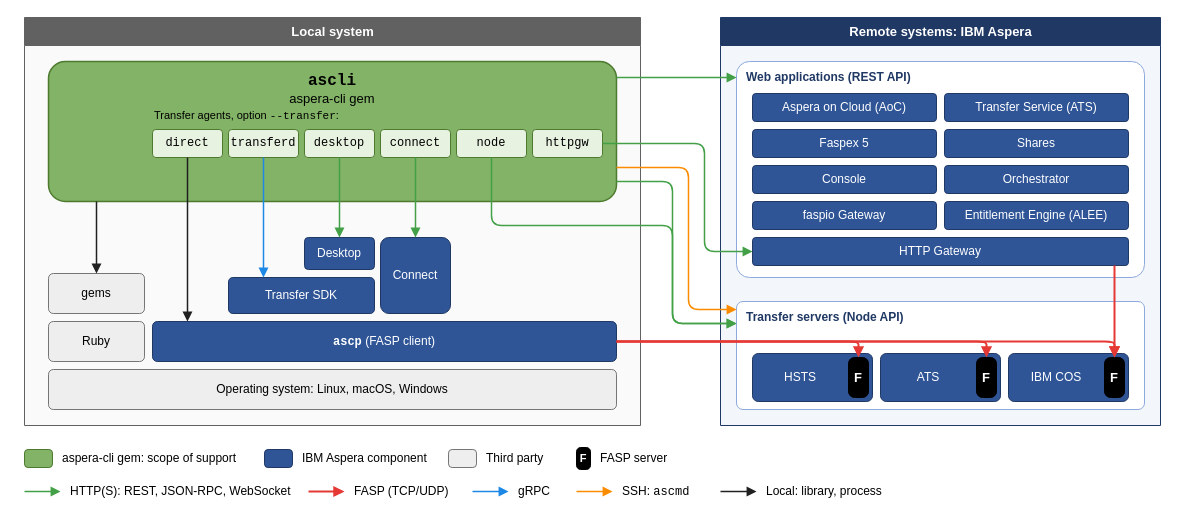
Earlier version of the draw.io diagram docs/architecture.drawio (IBM/aspera-cli). Source tidied: cells renumbered, new cells numbered last; positions are measured from the earlier drawing's top-left corner, leaving out a move shared by most shapes. Both pictures are drawn from the tidied source at 100%, with x=0, y=0 at pixel (24, 17).
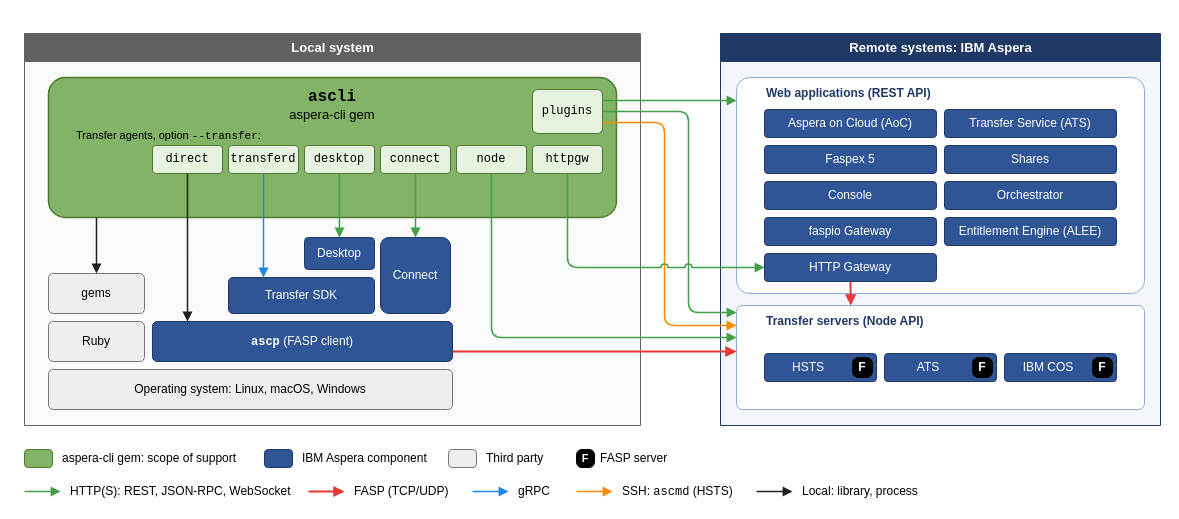
The same diagram, later.

Unchanged cells that the change refers to:
```xml
<mxCell id="3" value="&lt;font face=&quot;Courier New&quot; style=&quot;font-size: 16px;&quot;&gt;&lt;b&gt;ascli&lt;/b&gt;&lt;/font&gt;&lt;br&gt;aspera-cli gem" style="rounded=1;arcSize=12;whiteSpace=wrap;html=1;verticalAlign=top;spacingTop=4;fontSize=13;fillColor=#82B366;strokeColor=#4D7A2E;fontColor=#000000;strokeWidth=1.5;" parent="2" vertex="1">
  <mxGeometry x="24" y="44" width="568" height="140" as="geometry" />
</mxCell>
<mxCell id="5" value="direct" style="rounded=1;arcSize=12;whiteSpace=wrap;html=1;fontFamily=Courier New;fontSize=12;fillColor=#E8F2E1;strokeColor=#4D7A2E;fontColor=#000000;" parent="3" vertex="1">
  <mxGeometry x="104" y="68" width="70" height="28" as="geometry" />
</mxCell>
<mxCell id="9" value="node" style="rounded=1;arcSize=12;whiteSpace=wrap;html=1;fontFamily=Courier New;fontSize=12;fillColor=#E8F2E1;strokeColor=#4D7A2E;fontColor=#000000;" parent="3" vertex="1">
  <mxGeometry x="408" y="68" width="70" height="28" as="geometry" />
</mxCell>
<mxCell id="10" value="httpgw" style="rounded=1;arcSize=12;whiteSpace=wrap;html=1;fontFamily=Courier New;fontSize=12;fillColor=#E8F2E1;strokeColor=#4D7A2E;fontColor=#000000;" parent="3" vertex="1">
  <mxGeometry x="484" y="68" width="70" height="28" as="geometry" />
</mxCell>
```

The edit, as a diff of the source:
```diff
@@
     <mxCell id="2" value="Local system" style="swimlane;startSize=28;html=1;fontSize=13;fontStyle=1;fillColor=#616161;fontColor=#FFFFFF;strokeColor=#616161;swimlaneFillColor=#FAFAFA;" parent="1" vertex="1">
-      <mxGeometry width="616" height="408" as="geometry" />
+      <mxGeometry y="16" width="616" height="392" as="geometry" />
     </mxCell>
@@
     <mxCell id="4" value="Transfer agents, option &lt;font face=&quot;Courier New&quot;&gt;--transfer&lt;/font&gt;:" style="text;html=1;align=left;verticalAlign=middle;fontSize=11;fontColor=#000000;" parent="3" vertex="1">
-      <mxGeometry x="104" y="46" width="300" height="18" as="geometry" />
+      <mxGeometry x="26" y="50" width="194" height="18" as="geometry" />
     </mxCell>
@@
+    <mxCell id="68" value="plugins" style="rounded=1;arcSize=12;whiteSpace=wrap;html=1;fontFamily=Courier New;fontSize=12;fillColor=#E8F2E1;strokeColor=#4D7A2E;fontColor=#000000;" parent="3" vertex="1">
+      <mxGeometry x="484" y="12" width="70" height="44" as="geometry" />
+    </mxCell>
     <mxCell id="11" value="gems" style="rounded=1;arcSize=12;whiteSpace=wrap;html=1;fontSize=12;fillColor=#EEEEEE;strokeColor=#757575;fontColor=#000000;" parent="2" vertex="1">
-      <mxGeometry x="24" y="256" width="96" height="40" as="geometry" />
+      <mxGeometry x="24" y="240" width="96" height="40" as="geometry" />
     </mxCell>
     <mxCell id="12" value="Ruby" style="rounded=1;arcSize=12;whiteSpace=wrap;html=1;fontSize=12;fillColor=#EEEEEE;strokeColor=#757575;fontColor=#000000;" parent="2" vertex="1">
-      <mxGeometry x="24" y="304" width="96" height="40" as="geometry" />
+      <mxGeometry x="24" y="288" width="96" height="40" as="geometry" />
     </mxCell>
     <mxCell id="13" value="Transfer SDK" style="rounded=1;arcSize=12;whiteSpace=wrap;html=1;fontSize=12;fillColor=#2F5597;strokeColor=#1F3864;fontColor=#FFFFFF;" parent="2" vertex="1">
-      <mxGeometry x="204" y="260" width="146" height="36" as="geometry" />
+      <mxGeometry x="204" y="244" width="146" height="36" as="geometry" />
     </mxCell>
     <mxCell id="14" value="Desktop" style="rounded=1;arcSize=12;whiteSpace=wrap;html=1;fontSize=12;fillColor=#2F5597;strokeColor=#1F3864;fontColor=#FFFFFF;" parent="2" vertex="1">
-      <mxGeometry x="280" y="220" width="70" height="32" as="geometry" />
+      <mxGeometry x="280" y="204" width="70" height="32" as="geometry" />
     </mxCell>
     <mxCell id="15" value="Connect" style="rounded=1;arcSize=12;whiteSpace=wrap;html=1;fontSize=12;fillColor=#2F5597;strokeColor=#1F3864;fontColor=#FFFFFF;" parent="2" vertex="1">
-      <mxGeometry x="356" y="220" width="70" height="76" as="geometry" />
+      <mxGeometry x="356" y="204" width="70" height="76" as="geometry" />
     </mxCell>
     <mxCell id="16" value="&lt;font face=&quot;Courier New&quot;&gt;&lt;b&gt;ascp&lt;/b&gt;&lt;/font&gt; (FASP client)" style="rounded=1;arcSize=12;whiteSpace=wrap;html=1;fontSize=12;fillColor=#2F5597;strokeColor=#1F3864;fontColor=#FFFFFF;" parent="2" vertex="1">
-      <mxGeometry x="128" y="304" width="464" height="40" as="geometry" />
+      <mxGeometry x="128" y="288" width="300" height="40" as="geometry" />
     </mxCell>
     <mxCell id="17" value="Operating system: Linux, macOS, Windows" style="rounded=1;arcSize=12;whiteSpace=wrap;html=1;fontSize=12;fillColor=#EEEEEE;strokeColor=#757575;fontColor=#000000;" parent="2" vertex="1">
-      <mxGeometry x="24" y="352" width="568" height="40" as="geometry" />
+      <mxGeometry x="24" y="336" width="404" height="40" as="geometry" />
     </mxCell>
     <mxCell id="18" value="Remote systems: IBM Aspera" style="swimlane;startSize=28;html=1;fontSize=13;fontStyle=1;fillColor=#1F3864;fontColor=#FFFFFF;strokeColor=#1F3864;swimlaneFillColor=#F3F6FB;" parent="1" vertex="1">
-      <mxGeometry x="696" width="440" height="408" as="geometry" />
+      <mxGeometry x="696" y="16" width="440" height="392" as="geometry" />
     </mxCell>
-    <mxCell id="19" value="Web applications (REST API)" style="rounded=1;arcSize=6;whiteSpace=wrap;html=1;verticalAlign=top;align=left;spacingLeft=8;spacingTop=2;fontSize=12;fontStyle=1;fillColor=#FFFFFF;strokeColor=#8EA9DB;fontColor=#1F3864;" parent="18" vertex="1">
+    <mxCell id="19" value="Web applications (REST API)" style="rounded=1;arcSize=6;whiteSpace=wrap;html=1;verticalAlign=top;align=left;spacingLeft=28;spacingTop=2;fontSize=12;fontStyle=1;fillColor=#FFFFFF;strokeColor=#8EA9DB;fontColor=#1F3864;" parent="18" vertex="1">
       <mxGeometry x="16" y="44" width="408" height="216" as="geometry" />
     </mxCell>
     <mxCell id="20" value="Aspera on Cloud (AoC)" style="rounded=1;arcSize=12;whiteSpace=wrap;html=1;fontSize=12;fillColor=#2F5597;strokeColor=#1F3864;fontColor=#FFFFFF;" parent="19" vertex="1">
-      <mxGeometry x="16" y="32" width="184" height="28" as="geometry" />
+      <mxGeometry x="28" y="32" width="172" height="28" as="geometry" />
     </mxCell>
     <mxCell id="21" value="Transfer Service (ATS)" style="rounded=1;arcSize=12;whiteSpace=wrap;html=1;fontSize=12;fillColor=#2F5597;strokeColor=#1F3864;fontColor=#FFFFFF;" parent="19" vertex="1">
-      <mxGeometry x="208" y="32" width="184" height="28" as="geometry" />
+      <mxGeometry x="208" y="32" width="172" height="28" as="geometry" />
     </mxCell>
     <mxCell id="22" value="Faspex 5" style="rounded=1;arcSize=12;whiteSpace=wrap;html=1;fontSize=12;fillColor=#2F5597;strokeColor=#1F3864;fontColor=#FFFFFF;" parent="19" vertex="1">
-      <mxGeometry x="16" y="68" width="184" height="28" as="geometry" />
+      <mxGeometry x="28" y="68" width="172" height="28" as="geometry" />
     </mxCell>
     <mxCell id="23" value="Shares" style="rounded=1;arcSize=12;whiteSpace=wrap;html=1;fontSize=12;fillColor=#2F5597;strokeColor=#1F3864;fontColor=#FFFFFF;" parent="19" vertex="1">
-      <mxGeometry x="208" y="68" width="184" height="28" as="geometry" />
+      <mxGeometry x="208" y="68" width="172" height="28" as="geometry" />
     </mxCell>
     <mxCell id="24" value="Console" style="rounded=1;arcSize=12;whiteSpace=wrap;html=1;fontSize=12;fillColor=#2F5597;strokeColor=#1F3864;fontColor=#FFFFFF;" parent="19" vertex="1">
-      <mxGeometry x="16" y="104" width="184" height="28" as="geometry" />
+      <mxGeometry x="28" y="104" width="172" height="28" as="geometry" />
     </mxCell>
     <mxCell id="25" value="Orchestrator" style="rounded=1;arcSize=12;whiteSpace=wrap;html=1;fontSize=12;fillColor=#2F5597;strokeColor=#1F3864;fontColor=#FFFFFF;" parent="19" vertex="1">
-      <mxGeometry x="208" y="104" width="184" height="28" as="geometry" />
+      <mxGeometry x="208" y="104" width="172" height="28" as="geometry" />
     </mxCell>
     <mxCell id="26" value="faspio Gateway" style="rounded=1;arcSize=12;whiteSpace=wrap;html=1;fontSize=12;fillColor=#2F5597;strokeColor=#1F3864;fontColor=#FFFFFF;" parent="19" vertex="1">
-      <mxGeometry x="16" y="140" width="184" height="28" as="geometry" />
+      <mxGeometry x="28" y="140" width="172" height="28" as="geometry" />
     </mxCell>
     <mxCell id="27" value="Entitlement Engine (ALEE)" style="rounded=1;arcSize=12;whiteSpace=wrap;html=1;fontSize=12;fillColor=#2F5597;strokeColor=#1F3864;fontColor=#FFFFFF;" parent="19" vertex="1">
-      <mxGeometry x="208" y="140" width="184" height="28" as="geometry" />
+      <mxGeometry x="208" y="140" width="172" height="28" as="geometry" />
     </mxCell>
     <mxCell id="28" value="HTTP Gateway" style="rounded=1;arcSize=12;whiteSpace=wrap;html=1;fontSize=12;fillColor=#2F5597;strokeColor=#1F3864;fontColor=#FFFFFF;" parent="19" vertex="1">
-      <mxGeometry x="16" y="176" width="376" height="28" as="geometry" />
+      <mxGeometry x="28" y="176" width="172" height="28" as="geometry" />
     </mxCell>
-    <mxCell id="29" value="Transfer servers (Node API)" style="rounded=1;arcSize=6;whiteSpace=wrap;html=1;verticalAlign=top;align=left;spacingLeft=8;spacingTop=2;fontSize=12;fontStyle=1;fillColor=#FFFFFF;strokeColor=#8EA9DB;fontColor=#1F3864;" parent="18" vertex="1">
-      <mxGeometry x="16" y="284" width="408" height="108" as="geometry" />
+    <mxCell id="29" value="Transfer servers (Node API)" style="rounded=1;arcSize=6;whiteSpace=wrap;html=1;verticalAlign=top;align=left;spacingLeft=28;spacingTop=2;fontSize=12;fontStyle=1;fillColor=#FFFFFF;strokeColor=#8EA9DB;fontColor=#1F3864;fontFamily=Helvetica;" parent="18" vertex="1">
+      <mxGeometry x="16" y="272" width="408" height="104" as="geometry" />
     </mxCell>
     <mxCell id="30" value="HSTS" style="rounded=1;arcSize=12;whiteSpace=wrap;html=1;spacingRight=24;fontSize=12;fillColor=#2F5597;strokeColor=#1F3864;fontColor=#FFFFFF;" parent="29" vertex="1">
-      <mxGeometry x="16" y="52" width="120" height="48" as="geometry" />
+      <mxGeometry x="28" y="48" width="112" height="28" as="geometry" />
     </mxCell>
-    <mxCell id="31" value="F" style="rounded=1;arcSize=30;whiteSpace=wrap;html=1;fontSize=13;fontStyle=1;fillColor=#000000;strokeColor=#000000;fontColor=#FFFFFF;" parent="30" vertex="1">
-      <mxGeometry x="96" y="4" width="20" height="40" as="geometry" />
+    <mxCell id="31" value="F" style="rounded=1;arcSize=30;whiteSpace=wrap;html=1;fontSize=12;fontStyle=1;fillColor=#000000;strokeColor=#000000;fontColor=#FFFFFF;" parent="30" vertex="1">
+      <mxGeometry x="88" y="4" width="20" height="20" as="geometry" />
     </mxCell>
     <mxCell id="32" value="ATS" style="rounded=1;arcSize=12;whiteSpace=wrap;html=1;spacingRight=24;fontSize=12;fillColor=#2F5597;strokeColor=#1F3864;fontColor=#FFFFFF;" parent="29" vertex="1">
-      <mxGeometry x="144" y="52" width="120" height="48" as="geometry" />
+      <mxGeometry x="148" y="48" width="112" height="28" as="geometry" />
     </mxCell>
-    <mxCell id="33" value="F" style="rounded=1;arcSize=30;whiteSpace=wrap;html=1;fontSize=13;fontStyle=1;fillColor=#000000;strokeColor=#000000;fontColor=#FFFFFF;" parent="32" vertex="1">
-      <mxGeometry x="96" y="4" width="20" height="40" as="geometry" />
+    <mxCell id="33" value="F" style="rounded=1;arcSize=30;whiteSpace=wrap;html=1;fontSize=12;fontStyle=1;fillColor=#000000;strokeColor=#000000;fontColor=#FFFFFF;" parent="32" vertex="1">
+      <mxGeometry x="88" y="4" width="20" height="20" as="geometry" />
     </mxCell>
     <mxCell id="34" value="IBM COS" style="rounded=1;arcSize=12;whiteSpace=wrap;html=1;spacingRight=24;fontSize=12;fillColor=#2F5597;strokeColor=#1F3864;fontColor=#FFFFFF;" parent="29" vertex="1">
-      <mxGeometry x="272" y="52" width="120" height="48" as="geometry" />
+      <mxGeometry x="268" y="48" width="112" height="28" as="geometry" />
     </mxCell>
-    <mxCell id="35" value="F" style="rounded=1;arcSize=30;whiteSpace=wrap;html=1;fontSize=13;fontStyle=1;fillColor=#000000;strokeColor=#000000;fontColor=#FFFFFF;" parent="34" vertex="1">
-      <mxGeometry x="96" y="4" width="20" height="40" as="geometry" />
+    <mxCell id="35" value="F" style="rounded=1;arcSize=30;whiteSpace=wrap;html=1;fontSize=12;fontStyle=1;fillColor=#000000;strokeColor=#000000;fontColor=#FFFFFF;" parent="34" vertex="1">
+      <mxGeometry x="88" y="4" width="20" height="20" as="geometry" />
     </mxCell>
+    <mxCell id="49" style="html=1;endArrow=block;endFill=1;strokeColor=#E53935;strokeWidth=2;exitX=0.5;exitY=1;exitDx=0;exitDy=0;entryX=0.28;entryY=0;entryDx=0;entryDy=0;" parent="18" edge="1" source="28" target="29">
+      <mxGeometry relative="1" as="geometry" />
+    </mxCell>
@@
-    <mxCell id="37" style="html=1;endArrow=block;endFill=1;strokeColor=#212121;strokeWidth=1.5;exitX=0.5;exitY=1;exitDx=0;exitDy=0;entryX=0.0754;entryY=0;entryDx=0;entryDy=0;" parent="1" edge="1" source="5" target="16">
+    <mxCell id="37" style="html=1;endArrow=block;endFill=1;strokeColor=#212121;strokeWidth=1.5;exitX=0.5;exitY=1;exitDx=0;exitDy=0;entryX=0.1167;entryY=0;entryDx=0;entryDy=0;" parent="1" edge="1" source="5" target="16">
       <mxGeometry relative="1" as="geometry" />
     </mxCell>
@@
-    <mxCell id="41" style="html=1;endArrow=block;endFill=1;strokeColor=#43A047;strokeWidth=1.5;exitX=1;exitY=0.1143;exitDx=0;exitDy=0;entryX=0;entryY=0.0741;entryDx=0;entryDy=0;" parent="1" edge="1" source="3" target="19">
+    <mxCell id="41" style="html=1;endArrow=block;endFill=1;strokeColor=#43A047;strokeWidth=1.5;exitX=1;exitY=0.25;exitDx=0;exitDy=0;entryX=0;entryY=0.1065;entryDx=0;entryDy=0;" parent="1" edge="1" source="68" target="19">
       <mxGeometry relative="1" as="geometry" />
     </mxCell>
-    <mxCell id="42" style="html=1;endArrow=block;endFill=1;strokeColor=#43A047;strokeWidth=1.5;exitX=1;exitY=0.5;exitDx=0;exitDy=0;entryX=0;entryY=0.5;entryDx=0;entryDy=0;" parent="1" edge="1" source="10" target="28">
-      <mxGeometry relative="1" as="geometry">
-        <Array as="points">
-          <mxPoint x="680" y="126" />
-          <mxPoint x="680" y="234" />
-        </Array>
-      </mxGeometry>
-    </mxCell>
+    <mxCell id="45" style="html=1;endArrow=block;endFill=1;strokeColor=#43A047;strokeWidth=1.5;exitX=0.5;exitY=1;exitDx=0;exitDy=0;entryX=0;entryY=0.3077;entryDx=0;entryDy=0;entryPerimeter=0;edgeStyle=orthogonalEdgeStyle;" parent="1" edge="1" source="9" target="29">
+      <mxGeometry relative="1" as="geometry" />
+    </mxCell>
+    <mxCell id="69" style="html=1;endArrow=block;endFill=1;strokeColor=#E53935;strokeWidth=2;exitX=1;exitY=0.75;exitDx=0;exitDy=0;entryX=0;entryY=0.4423;entryDx=0;entryDy=0;edgeStyle=orthogonalEdgeStyle;entryPerimeter=0;" parent="1" edge="1" source="16" target="29">
+      <mxGeometry relative="1" as="geometry" />
+    </mxCell>
-    <mxCell id="43" style="html=1;endArrow=block;endFill=1;strokeColor=#FB8C00;strokeWidth=1.5;exitX=1;exitY=0.7571;exitDx=0;exitDy=0;entryX=0;entryY=0.0741;entryDx=0;entryDy=0;" parent="1" edge="1" source="3" target="29">
+    <mxCell id="43" style="html=1;endArrow=block;endFill=1;strokeColor=#FB8C00;strokeWidth=1.5;jumpStyle=none;jumpSize=8;exitX=1;exitY=0.75;exitDx=0;exitDy=0;entryX=0;entryY=0.1923;entryDx=0;entryDy=0;edgeStyle=orthogonalEdgeStyle;" parent="1" edge="1" source="68" target="29">
       <mxGeometry relative="1" as="geometry">
         <Array as="points">
-          <mxPoint x="664" y="150" />
-          <mxPoint x="664" y="292" />
+          <mxPoint x="640" y="105" />
+          <mxPoint x="640" y="308" />
         </Array>
       </mxGeometry>
     </mxCell>
-    <mxCell id="44" style="html=1;endArrow=block;endFill=1;strokeColor=#43A047;strokeWidth=1.5;exitX=1;exitY=0.8571;exitDx=0;exitDy=0;entryX=0;entryY=0.2037;entryDx=0;entryDy=0;" parent="1" edge="1" source="3" target="29">
-      <mxGeometry relative="1" as="geometry">
-        <Array as="points">
-          <mxPoint x="648" y="164" />
-          <mxPoint x="648" y="306" />
-        </Array>
-      </mxGeometry>
-    </mxCell>
-    <mxCell id="45" style="html=1;endArrow=block;endFill=1;strokeColor=#43A047;strokeWidth=1.5;exitX=0.5;exitY=1;exitDx=0;exitDy=0;entryX=0;entryY=0.2037;entryDx=0;entryDy=0;" parent="1" edge="1" source="9" target="29">
-      <mxGeometry relative="1" as="geometry">
-        <Array as="points">
-          <mxPoint x="467" y="208" />
-          <mxPoint x="648" y="208" />
-          <mxPoint x="648" y="306" />
-        </Array>
-      </mxGeometry>
-    </mxCell>
-    <mxCell id="46" style="html=1;endArrow=block;endFill=1;strokeColor=#E53935;strokeWidth=2;exitX=1;exitY=0.5;exitDx=0;exitDy=0;entryX=0.5;entryY=0;entryDx=0;entryDy=0;" parent="1" edge="1" source="16" target="31">
-      <mxGeometry relative="1" as="geometry">
-        <Array as="points">
-          <mxPoint x="834" y="324" />
-        </Array>
-      </mxGeometry>
-    </mxCell>
-    <mxCell id="47" style="html=1;endArrow=block;endFill=1;strokeColor=#E53935;strokeWidth=2;exitX=1;exitY=0.5;exitDx=0;exitDy=0;entryX=0.5;entryY=0;entryDx=0;entryDy=0;" parent="1" edge="1" source="16" target="33">
-      <mxGeometry relative="1" as="geometry">
-        <Array as="points">
-          <mxPoint x="962" y="324" />
-        </Array>
-      </mxGeometry>
-    </mxCell>
-    <mxCell id="48" style="html=1;endArrow=block;endFill=1;strokeColor=#E53935;strokeWidth=2;exitX=1;exitY=0.5;exitDx=0;exitDy=0;entryX=0.5;entryY=0;entryDx=0;entryDy=0;" parent="1" edge="1" source="16" target="35">
-      <mxGeometry relative="1" as="geometry">
-        <Array as="points">
-          <mxPoint x="1090" y="324" />
-        </Array>
-      </mxGeometry>
-    </mxCell>
-    <mxCell id="49" style="html=1;endArrow=block;endFill=1;strokeColor=#E53935;strokeWidth=2;exitX=0.9628;exitY=1;exitDx=0;exitDy=0;entryX=0.5;entryY=0;entryDx=0;entryDy=0;" parent="1" edge="1" source="28" target="35">
-      <mxGeometry relative="1" as="geometry" />
-    </mxCell>
@@
     <mxCell id="56" value="F" style="rounded=1;arcSize=30;whiteSpace=wrap;html=1;fontSize=11;fontStyle=1;fillColor=#000000;strokeColor=#000000;fontColor=#FFFFFF;" parent="1" vertex="1">
-      <mxGeometry x="552" y="430" width="14" height="22" as="geometry" />
+      <mxGeometry x="552" y="432" width="18" height="18" as="geometry" />
     </mxCell>
@@
-    <mxCell id="65" value="SSH: &lt;font face=&quot;Courier New&quot;&gt;ascmd&lt;/font&gt;" style="text;html=1;align=left;verticalAlign=middle;fontSize=12;fontColor=#000000;" parent="1" vertex="1">
-      <mxGeometry x="596" y="464" width="88" height="20" as="geometry" />
+    <mxCell id="65" value="SSH: &lt;font face=&quot;Courier New&quot;&gt;ascmd&lt;/font&gt; (HSTS)" style="text;html=1;align=left;verticalAlign=middle;fontSize=12;fontColor=#000000;" parent="1" vertex="1">
+      <mxGeometry x="596" y="464" width="124" height="20" as="geometry" />
     </mxCell>
     <mxCell id="66" style="html=1;endArrow=block;endFill=1;strokeColor=#212121;strokeWidth=1.5;" parent="1" edge="1">
       <mxGeometry relative="1" as="geometry">
-        <mxPoint x="696" y="474" as="sourcePoint" />
-        <mxPoint x="732" y="474" as="targetPoint" />
+        <mxPoint x="732" y="474" as="sourcePoint" />
+        <mxPoint x="768" y="474" as="targetPoint" />
       </mxGeometry>
     </mxCell>
     <mxCell id="67" value="Local: library, process" style="text;html=1;align=left;verticalAlign=middle;fontSize=12;fontColor=#000000;" parent="1" vertex="1">
-      <mxGeometry x="740" y="464" width="160" height="20" as="geometry" />
+      <mxGeometry x="776" y="464" width="160" height="20" as="geometry" />
     </mxCell>
+    <mxCell id="44" style="html=1;endArrow=block;endFill=1;strokeColor=#43A047;strokeWidth=1.5;exitX=1;exitY=0.5;exitDx=0;exitDy=0;jumpStyle=none;edgeStyle=orthogonalEdgeStyle;entryX=0;entryY=0.0673;entryDx=0;entryDy=0;entryPerimeter=0;" parent="1" edge="1" source="68" target="29">
+      <mxGeometry relative="1" as="geometry">
+        <Array as="points">
+          <mxPoint x="664" y="94" />
+          <mxPoint x="664" y="295" />
+        </Array>
+      </mxGeometry>
+    </mxCell>
+    <mxCell id="42" style="html=1;endArrow=block;endFill=1;strokeColor=#43A047;strokeWidth=1.5;exitX=0.5;exitY=1;exitDx=0;exitDy=0;jumpStyle=arc;edgeStyle=orthogonalEdgeStyle;entryX=0;entryY=0.5;entryDx=0;entryDy=0;" parent="1" edge="1" source="10" target="28">
+      <mxGeometry relative="1" as="geometry" />
+    </mxCell>
```
